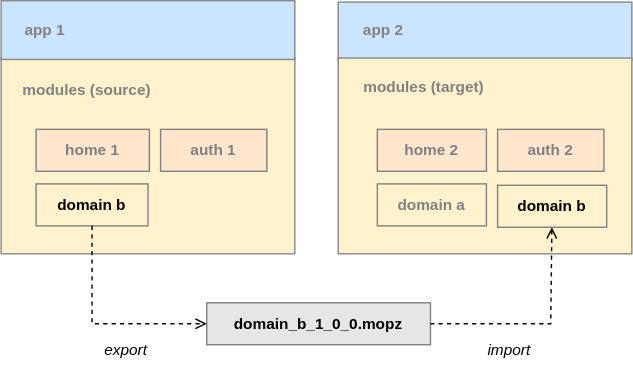
Before: docs/diagrams/pigal_module_flows.drawio.svg, a diagram exported from draw.io (MalcomChumchouaPenda/Pigal-Flask). Source tidied: cells renumbered, new cells last; positions are measured from the earlier drawing's top-left corner, leaving out a move shared by most shapes.
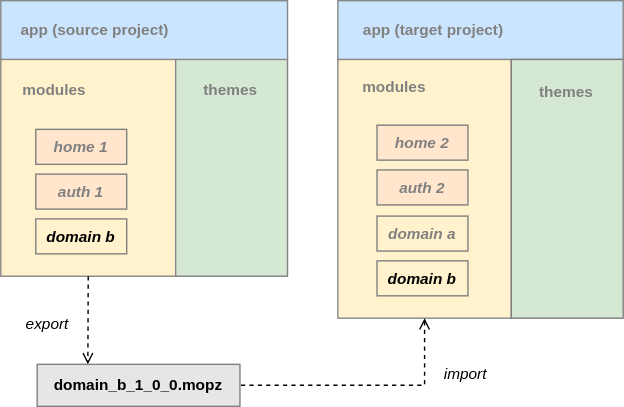
The same diagram one commit later.

What changed in the source:
```diff
@@ -2,73 +2,81 @@
   <root>
     <mxCell id="0" />
     <mxCell id="1" parent="0" />
+    <mxCell id="6" style="rounded=0;whiteSpace=wrap;html=1;fillColor=#FFF2CC;strokeColor=#878787;fontStyle=1;fontSize=11;" parent="1" vertex="1">
+      <mxGeometry x="241" y="41" width="124" height="186" as="geometry" />
+    </mxCell>
+    <mxCell id="22" style="rounded=0;whiteSpace=wrap;html=1;fillColor=#d5e8d4;strokeColor=#808080;fontStyle=1;fontSize=11;" parent="1" vertex="1">
+      <mxGeometry x="124.5" y="41" width="80.5" height="156" as="geometry" />
+    </mxCell>
     <mxCell id="2" style="rounded=0;whiteSpace=wrap;html=1;fillColor=#FFF2CC;strokeColor=#878787;fontStyle=1;fontSize=11;" parent="1" vertex="1">
-      <mxGeometry y="41" width="210" height="140" as="geometry" />
+      <mxGeometry y="41" width="125" height="156" as="geometry" />
     </mxCell>
     <mxCell id="3" style="rounded=0;whiteSpace=wrap;html=1;fillColor=#CCE5FF;fontStyle=1;fontSize=11;strokeColor=#878787;fontColor=#808080;" parent="1" vertex="1">
-      <mxGeometry x="241" y="1" width="210" height="42" as="geometry" />
+      <mxGeometry x="241" width="204" height="42" as="geometry" />
     </mxCell>
     <mxCell id="4" value="import" style="text;html=1;strokeColor=none;fillColor=none;align=center;verticalAlign=middle;rounded=0;fontStyle=2;fontSize=11;" parent="1" vertex="1">
-      <mxGeometry x="339" y="235" width="48.8" height="30" as="geometry" />
+      <mxGeometry x="308" y="252" width="48.8" height="30" as="geometry" />
     </mxCell>
     <mxCell id="5" style="rounded=0;whiteSpace=wrap;html=1;fillColor=#CCE5FF;fontStyle=1;fontSize=11;strokeColor=#878787;fontColor=#808080;" parent="1" vertex="1">
-      <mxGeometry width="210" height="42" as="geometry" />
+      <mxGeometry width="205" height="42" as="geometry" />
     </mxCell>
-    <mxCell id="6" style="rounded=0;whiteSpace=wrap;html=1;fillColor=#FFF2CC;strokeColor=#878787;fontStyle=1;fontSize=11;" parent="1" vertex="1">
-      <mxGeometry x="241" y="41" width="210" height="140" as="geometry" />
-    </mxCell>
-    <mxCell id="7" value="home 1" style="text;html=1;align=center;verticalAlign=middle;whiteSpace=wrap;rounded=0;fontSize=11;fontStyle=1;fillColor=#ffe6cc;strokeColor=#808080;fontColor=#808080;" parent="1" vertex="1">
-      <mxGeometry x="25" y="92" width="81" height="30" as="geometry" />
+    <mxCell id="7" value="home 1" style="text;html=1;align=center;verticalAlign=middle;whiteSpace=wrap;rounded=0;fontSize=11;fontStyle=3;fillColor=#ffe6cc;strokeColor=#808080;fontColor=#808080;" parent="1" vertex="1">
+      <mxGeometry x="25" y="92" width="65" height="25" as="geometry" />
     </mxCell>
-    <mxCell id="8" value="domain b" style="text;html=1;align=center;verticalAlign=middle;whiteSpace=wrap;rounded=0;fontSize=11;fontStyle=1;fillColor=none;strokeColor=#808080;" parent="1" vertex="1">
-      <mxGeometry x="25" y="131" width="80" height="30" as="geometry" />
+    <mxCell id="8" value="domain b" style="text;html=1;align=center;verticalAlign=middle;whiteSpace=wrap;rounded=0;fontSize=11;fontStyle=3;fillColor=none;strokeColor=#808080;" parent="1" vertex="1">
+      <mxGeometry x="25" y="156" width="65" height="25" as="geometry" />
     </mxCell>
-    <mxCell id="9" value="auth 1" style="text;html=1;align=center;verticalAlign=middle;whiteSpace=wrap;rounded=0;fontSize=11;fontStyle=1;fillColor=#ffe6cc;strokeColor=#808080;fontColor=#808080;" parent="1" vertex="1">
-      <mxGeometry x="114" y="92" width="76" height="30" as="geometry" />
+    <mxCell id="9" value="auth 1" style="text;html=1;align=center;verticalAlign=middle;whiteSpace=wrap;rounded=0;fontSize=11;fontStyle=3;fillColor=#ffe6cc;strokeColor=#808080;fontColor=#808080;" parent="1" vertex="1">
+      <mxGeometry x="25" y="124" width="65" height="25" as="geometry" />
     </mxCell>
-    <mxCell id="10" value="home 2" style="text;html=1;align=center;verticalAlign=middle;whiteSpace=wrap;rounded=0;fontSize=11;fontStyle=1;fillColor=#FFE6CC;strokeColor=#808080;fontColor=#808080;" parent="1" vertex="1">
-      <mxGeometry x="269" y="92" width="78" height="30" as="geometry" />
+    <mxCell id="10" value="home 2" style="text;html=1;align=center;verticalAlign=middle;whiteSpace=wrap;rounded=0;fontSize=11;fontStyle=3;fillColor=#FFE6CC;strokeColor=#808080;fontColor=#808080;" parent="1" vertex="1">
+      <mxGeometry x="269" y="89" width="65" height="25" as="geometry" />
     </mxCell>
-    <mxCell id="11" value="domain a" style="text;html=1;align=center;verticalAlign=middle;whiteSpace=wrap;rounded=0;fontSize=11;fontStyle=1;fillColor=none;strokeColor=#808080;fontColor=#808080;" parent="1" vertex="1">
-      <mxGeometry x="269" y="131" width="78" height="30" as="geometry" />
+    <mxCell id="11" value="domain a" style="text;html=1;align=center;verticalAlign=middle;whiteSpace=wrap;rounded=0;fontSize=11;fontStyle=3;fillColor=none;strokeColor=#808080;fontColor=#808080;" parent="1" vertex="1">
+      <mxGeometry x="269" y="154" width="65" height="25" as="geometry" />
     </mxCell>
-    <mxCell id="12" value="auth 2" style="text;html=1;align=center;verticalAlign=middle;whiteSpace=wrap;rounded=0;fontSize=11;fontStyle=1;fillColor=#ffe6cc;strokeColor=#808080;fontColor=#808080;" parent="1" vertex="1">
-      <mxGeometry x="355" y="92" width="76" height="30" as="geometry" />
+    <mxCell id="12" value="auth 2" style="text;html=1;align=center;verticalAlign=middle;whiteSpace=wrap;rounded=0;fontSize=11;fontStyle=3;fillColor=#ffe6cc;strokeColor=#808080;fontColor=#808080;" parent="1" vertex="1">
+      <mxGeometry x="269" y="121" width="65" height="25" as="geometry" />
     </mxCell>
-    <mxCell id="13" value="&lt;span style=&quot;font-style: normal;&quot;&gt;domain b&lt;/span&gt;" style="text;html=1;align=center;verticalAlign=middle;whiteSpace=wrap;rounded=0;fontSize=11;fontStyle=3;fillColor=none;strokeColor=#808080;" parent="1" vertex="1">
-      <mxGeometry x="355" y="132" width="78" height="30" as="geometry" />
+    <mxCell id="13" value="&lt;span style=&quot;&quot;&gt;domain b&lt;/span&gt;" style="text;html=1;align=center;verticalAlign=middle;whiteSpace=wrap;rounded=0;fontSize=11;fontStyle=3;fillColor=none;strokeColor=#808080;" parent="1" vertex="1">
+      <mxGeometry x="269" y="186" width="65" height="25" as="geometry" />
     </mxCell>
     <mxCell id="14" value="domain_b_1_0_0.mopz" style="text;html=1;align=center;verticalAlign=middle;whiteSpace=wrap;rounded=0;fontSize=11;fontStyle=1;fillColor=#E6E6E6;strokeColor=#808080;" parent="1" vertex="1">
-      <mxGeometry x="147" y="216" width="160" height="30" as="geometry" />
+      <mxGeometry x="26" y="260" width="145" height="30" as="geometry" />
     </mxCell>
-    <mxCell id="15" style="edgeStyle=none;html=1;entryX=0;entryY=0.5;entryDx=0;entryDy=0;endArrow=open;endFill=0;dashed=1;rounded=0;curved=0;" parent="1" edge="1" source="8" target="14">
-      <mxGeometry relative="1" as="geometry">
-        <Array as="points">
-          <mxPoint x="65" y="231" />
-        </Array>
-      </mxGeometry>
+    <mxCell id="15" style="html=1;entryX=0.25;entryY=0;entryDx=0;entryDy=0;endArrow=open;endFill=0;dashed=1;rounded=0;exitX=0.5;exitY=1;exitDx=0;exitDy=0;" parent="1" edge="1" source="2" target="14">
+      <mxGeometry relative="1" as="geometry" />
     </mxCell>
-    <mxCell id="16" style="edgeStyle=none;html=1;entryX=1;entryY=0.5;entryDx=0;entryDy=0;rounded=0;curved=0;endArrow=none;endFill=0;dashed=1;startArrow=open;startFill=0;" parent="1" edge="1" source="13" target="14">
+    <mxCell id="16" style="edgeStyle=none;html=1;entryX=1;entryY=0.5;entryDx=0;entryDy=0;rounded=0;curved=0;endArrow=none;endFill=0;dashed=1;startArrow=open;startFill=0;exitX=0.5;exitY=1;exitDx=0;exitDy=0;" parent="1" edge="1" source="6" target="14">
       <mxGeometry relative="1" as="geometry">
         <Array as="points">
-          <mxPoint x="393" y="231" />
+          <mxPoint x="303" y="275" />
         </Array>
       </mxGeometry>
     </mxCell>
     <mxCell id="17" value="export" style="text;html=1;strokeColor=none;fillColor=none;align=center;verticalAlign=middle;rounded=0;fontStyle=2;fontSize=11;" parent="1" vertex="1">
-      <mxGeometry x="65.2" y="235" width="47.8" height="30" as="geometry" />
+      <mxGeometry x="9" y="216" width="47.8" height="30" as="geometry" />
     </mxCell>
-    <mxCell id="18" value="modules (source)" style="text;html=1;align=center;verticalAlign=middle;whiteSpace=wrap;rounded=0;fontSize=11;fontStyle=1;fillColor=none;strokeColor=none;fontColor=#808080;" parent="1" vertex="1">
-      <mxGeometry x="8.5" y="49" width="104.5" height="30" as="geometry" />
+    <mxCell id="18" value="modules" style="text;html=1;align=center;verticalAlign=middle;whiteSpace=wrap;rounded=0;fontSize=11;fontStyle=1;fillColor=none;strokeColor=none;fontColor=#808080;" parent="1" vertex="1">
+      <mxGeometry x="10" y="49" width="56.5" height="30" as="geometry" />
     </mxCell>
-    <mxCell id="19" value="modules (target)" style="text;html=1;align=center;verticalAlign=middle;whiteSpace=wrap;rounded=0;fontSize=11;fontStyle=1;fillColor=none;strokeColor=none;fontColor=#808080;" parent="1" vertex="1">
-      <mxGeometry x="250.5" y="47" width="102.5" height="30" as="geometry" />
+    <mxCell id="19" value="modules" style="text;html=1;align=center;verticalAlign=middle;whiteSpace=wrap;rounded=0;fontSize=11;fontStyle=1;fillColor=none;strokeColor=none;fontColor=#808080;" parent="1" vertex="1">
+      <mxGeometry x="253.5" y="47" width="54.5" height="30" as="geometry" />
     </mxCell>
-    <mxCell id="20" value="app 1" style="text;html=1;align=center;verticalAlign=middle;whiteSpace=wrap;rounded=0;fontSize=11;fontStyle=1;fillColor=none;strokeColor=none;fontColor=#808080;" parent="1" vertex="1">
-      <mxGeometry x="10" y="6" width="42.8" height="30" as="geometry" />
+    <mxCell id="20" value="app (source project)" style="text;html=1;align=center;verticalAlign=middle;whiteSpace=wrap;rounded=0;fontSize=11;fontStyle=1;fillColor=none;strokeColor=none;fontColor=#808080;" parent="1" vertex="1">
+      <mxGeometry x="10" y="6" width="115" height="30" as="geometry" />
     </mxCell>
-    <mxCell id="21" value="app 2" style="text;html=1;align=center;verticalAlign=middle;whiteSpace=wrap;rounded=0;fontSize=11;fontStyle=1;fillColor=none;strokeColor=none;fontColor=#808080;" parent="1" vertex="1">
-      <mxGeometry x="251.5" y="6" width="42.8" height="30" as="geometry" />
+    <mxCell id="21" value="app&lt;span style=&quot;color: rgb(128, 128, 128);&quot;&gt;&amp;nbsp;(target project)&lt;/span&gt;" style="text;html=1;align=center;verticalAlign=middle;whiteSpace=wrap;rounded=0;fontSize=11;fontStyle=1;fillColor=none;strokeColor=none;fontColor=#808080;" parent="1" vertex="1">
+      <mxGeometry x="252.5" y="6" width="112.5" height="30" as="geometry" />
     </mxCell>
+    <mxCell id="23" value="themes" style="text;html=1;align=center;verticalAlign=middle;whiteSpace=wrap;rounded=0;fontSize=11;fontStyle=1;fillColor=none;strokeColor=none;fontColor=#808080;" parent="1" vertex="1">
+      <mxGeometry x="129.5" y="49" width="68.5" height="30" as="geometry" />
+    </mxCell>
+    <mxCell id="24" style="rounded=0;whiteSpace=wrap;html=1;fillColor=#d5e8d4;strokeColor=#808080;fontStyle=1;fontSize=11;" parent="1" vertex="1">
+      <mxGeometry x="365" y="42" width="80" height="185" as="geometry" />
+    </mxCell>
+    <mxCell id="25" value="themes" style="text;html=1;align=center;verticalAlign=middle;whiteSpace=wrap;rounded=0;fontSize=11;fontStyle=1;fillColor=none;strokeColor=none;fontColor=#808080;" parent="1" vertex="1">
+      <mxGeometry x="370" y="50" width="68.5" height="30" as="geometry" />
+    </mxCell>
   </root>
 </mxGraphModel>
```
